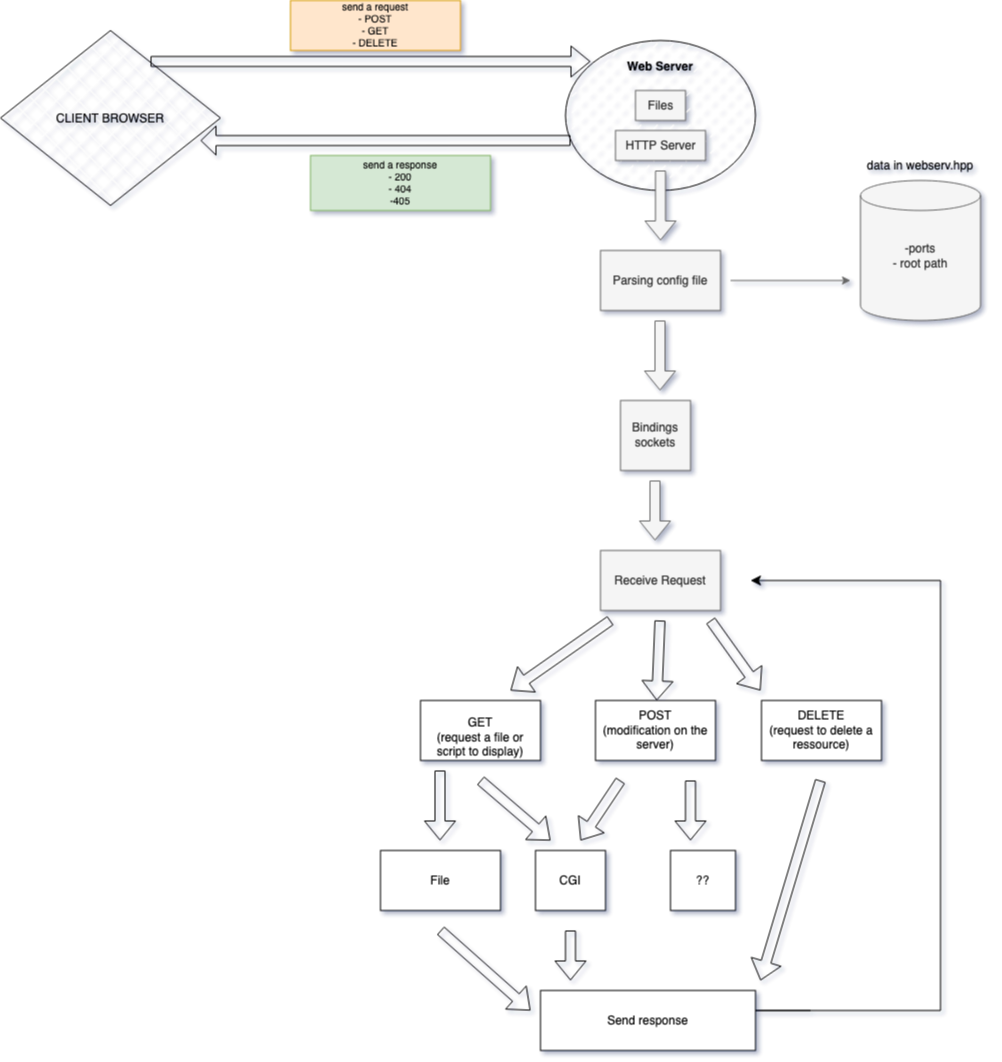
This is Diagram Webserv.drawio.png from es4nchez/webserv, a draw.io export, as it was before one commit. Source tidied: cells renumbered, new cells last; positions are measured from the earlier drawing's top-left corner, leaving out a move shared by most shapes.
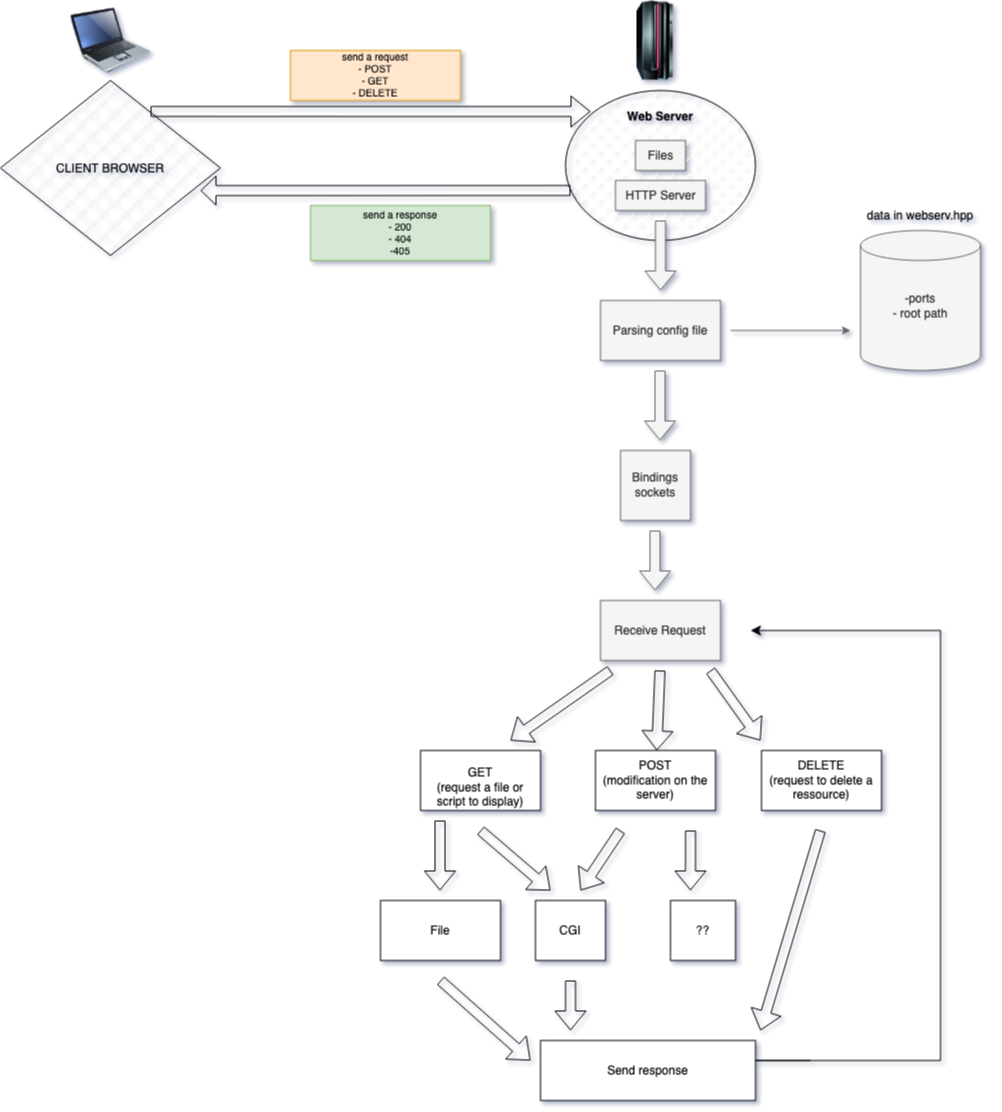
After the commit.

Commit message:
Mettre à jour Diagram Webserv.drawio.png

Diff of the diagram source:
```diff
@@ -160,5 +160,11 @@
     <mxCell id="36" value="&lt;div style=&quot;font-size: 10px;&quot;&gt;&lt;font style=&quot;font-size: 10px;&quot;&gt;send a response&lt;/font&gt;&lt;/div&gt;&lt;div style=&quot;font-size: 10px;&quot;&gt;&lt;font style=&quot;font-size: 10px;&quot;&gt;- 200&lt;/font&gt;&lt;/div&gt;&lt;div style=&quot;font-size: 10px;&quot;&gt;&lt;font style=&quot;font-size: 10px;&quot;&gt;- 404&lt;/font&gt;&lt;/div&gt;&lt;div style=&quot;font-size: 10px;&quot;&gt;&lt;font style=&quot;font-size: 10px;&quot;&gt;-405&lt;br&gt;&lt;/font&gt;&lt;/div&gt;" style="whiteSpace=wrap;html=1;fillColor=#d5e8d4;strokeColor=#82b366;" parent="1" vertex="1">
       <mxGeometry x="310" y="155" width="180" height="55" as="geometry" />
     </mxCell>
+    <mxCell id="37" style="image;html=1;image=img/lib/clip_art/computers/Laptop_128x128.png;" parent="1" vertex="1">
+      <mxGeometry x="70" y="-50" width="80" height="80" as="geometry" />
+    </mxCell>
+    <mxCell id="38" style="image;html=1;image=img/lib/clip_art/computers/Mainframe_128x128.png;" parent="1" vertex="1">
+      <mxGeometry x="615" y="-50" width="80" height="80" as="geometry" />
+    </mxCell>
   </root>
 </mxGraphModel>
```
